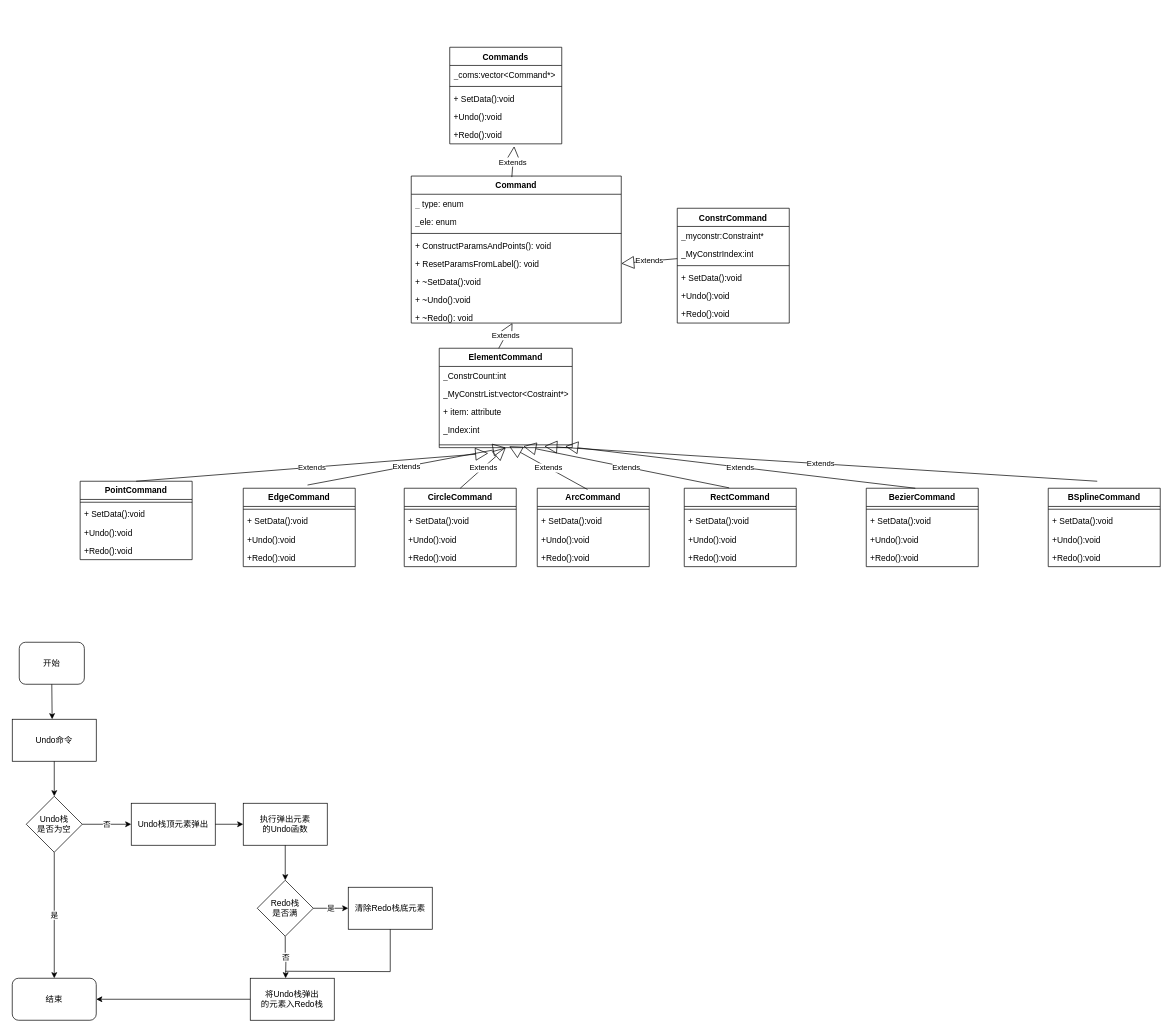
liuhuliuhu123/First-test keeps this draw.io diagram as 移动类图.drawio. Above is the earlier version. Source tidied: cells renumbered, new cells numbered last; positions are measured from the earlier drawing's top-left corner, leaving out a move shared by most shapes. Both pictures are drawn from the tidied source at 70%, with x=0, y=0 at pixel (12, 47).
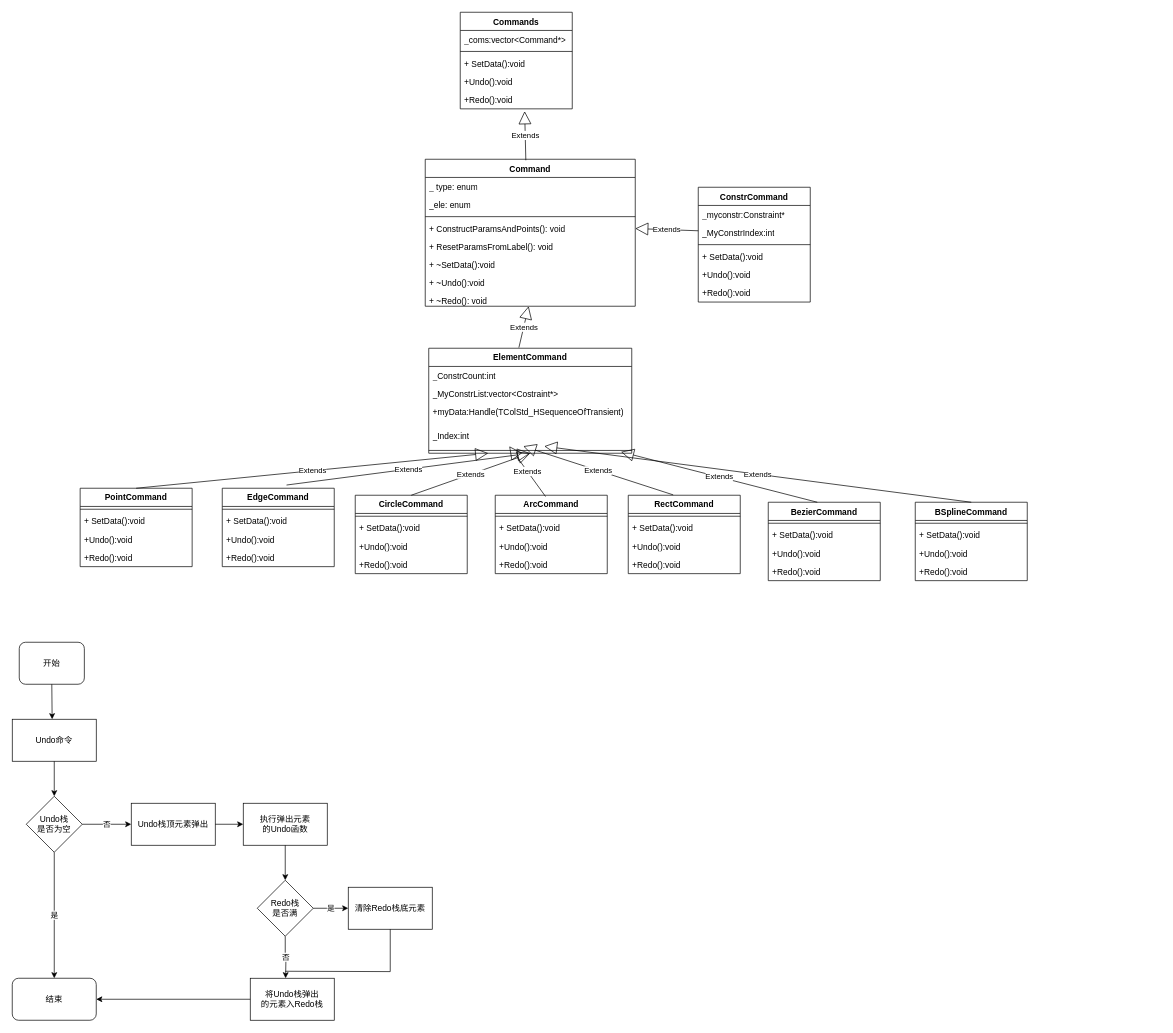
Above is the later version.

Commit message:
更新移动类图.drawio

The change refers to these unchanged cells:
```xml
<mxCell id="6" value="+ ConstructParamsAndPoints(): void" style="text;strokeColor=none;fillColor=none;align=left;verticalAlign=top;spacingLeft=4;spacingRight=4;overflow=hidden;points=[[0,0.5],[1,0.5]];portConstraint=eastwest;whiteSpace=wrap;html=1;" parent="2" vertex="1">
  <mxGeometry y="86" width="300" height="26" as="geometry" />
</mxCell>
<mxCell id="7" value="+ ResetParamsFromLabel(): void" style="text;strokeColor=none;fillColor=none;align=left;verticalAlign=top;spacingLeft=4;spacingRight=4;overflow=hidden;points=[[0,0.5],[1,0.5]];portConstraint=eastwest;whiteSpace=wrap;html=1;" parent="2" vertex="1">
  <mxGeometry y="112" width="300" height="26" as="geometry" />
</mxCell>
<mxCell id="10" value="+ ~Redo(): void" style="text;strokeColor=none;fillColor=none;align=left;verticalAlign=top;spacingLeft=4;spacingRight=4;overflow=hidden;points=[[0,0.5],[1,0.5]];portConstraint=eastwest;whiteSpace=wrap;html=1;" parent="2" vertex="1">
  <mxGeometry y="190" width="300" height="20" as="geometry" />
</mxCell>
<mxCell id="13" value="_MyConstrIndex:int" style="text;strokeColor=none;fillColor=none;align=left;verticalAlign=top;spacingLeft=4;spacingRight=4;overflow=hidden;points=[[0,0.5],[1,0.5]];portConstraint=eastwest;whiteSpace=wrap;html=1;" parent="11" vertex="1">
  <mxGeometry y="52" width="160" height="26" as="geometry" />
</mxCell>
```

The edit, as a diff of the source:
```diff
@@
     <mxCell id="2" value="Command" style="swimlane;fontStyle=1;align=center;verticalAlign=top;horizontal=1;startSize=26;whiteSpace=wrap;html=1;" parent="1" vertex="1">
-      <mxGeometry x="570" y="184" width="300" height="210" as="geometry" />
+      <mxGeometry x="590" y="160" width="300" height="210" as="geometry" />
     </mxCell>
@@
     <mxCell id="11" value="ConstrCommand" style="swimlane;fontStyle=1;align=center;verticalAlign=top;horizontal=1;startSize=26;whiteSpace=wrap;html=1;" parent="1" vertex="1">
-      <mxGeometry x="950" y="230" width="160" height="164" as="geometry" />
+      <mxGeometry x="980" y="200" width="160" height="164" as="geometry" />
     </mxCell>
@@
     <mxCell id="18" value="ElementCommand" style="swimlane;fontStyle=1;align=center;verticalAlign=top;horizontal=1;startSize=26;whiteSpace=wrap;html=1;" parent="1" vertex="1">
-      <mxGeometry x="610" y="430" width="190" height="142" as="geometry" />
+      <mxGeometry x="595" y="430" width="290" height="150" as="geometry" />
     </mxCell>
-    <mxCell id="19" value="Extends" style="endArrow=block;endSize=16;endFill=0;html=1;rounded=0;" parent="18" edge="1" target="10">
-      <mxGeometry relative="1" as="geometry">
-        <mxPoint x="85" as="sourcePoint" />
-      </mxGeometry>
-    </mxCell>
     <mxCell id="20" value="_ConstrCount:int" style="text;strokeColor=none;fillColor=none;align=left;verticalAlign=top;spacingLeft=4;spacingRight=4;overflow=hidden;whiteSpace=wrap;html=1;" parent="18" vertex="1">
-      <mxGeometry y="26" width="190" height="26" as="geometry" />
+      <mxGeometry y="26" width="290" height="26" as="geometry" />
     </mxCell>
     <mxCell id="21" value="_MyConstrList:vector&amp;lt;Costraint*&amp;gt;" style="text;strokeColor=none;fillColor=none;align=left;verticalAlign=top;spacingLeft=4;spacingRight=4;overflow=hidden;whiteSpace=wrap;html=1;" parent="18" vertex="1">
-      <mxGeometry y="52" width="190" height="26" as="geometry" />
+      <mxGeometry y="52" width="290" height="26" as="geometry" />
     </mxCell>
-    <mxCell id="22" value="+ item: attribute" style="text;strokeColor=none;fillColor=none;align=left;verticalAlign=top;spacingLeft=4;spacingRight=4;overflow=hidden;whiteSpace=wrap;html=1;" parent="18" vertex="1">
-      <mxGeometry y="78" width="190" height="26" as="geometry" />
+    <mxCell id="22" value="+myData:Handle(TColStd_HSequenceOfTransient)" style="text;strokeColor=none;fillColor=none;align=left;verticalAlign=top;spacingLeft=4;spacingRight=4;overflow=hidden;whiteSpace=wrap;html=1;" parent="18" vertex="1">
+      <mxGeometry y="78" width="290" height="34" as="geometry" />
     </mxCell>
     <mxCell id="23" value="_Index:int" style="text;strokeColor=none;fillColor=none;align=left;verticalAlign=top;spacingLeft=4;spacingRight=4;overflow=hidden;whiteSpace=wrap;html=1;" parent="18" vertex="1">
-      <mxGeometry y="104" width="190" height="30" as="geometry" />
+      <mxGeometry y="112" width="290" height="30" as="geometry" />
     </mxCell>
     <mxCell id="24" style="line;strokeWidth=1;fillColor=none;align=left;verticalAlign=middle;spacingTop=-1;spacingLeft=3;spacingRight=3;labelPosition=right;points=[];portConstraint=eastwest;strokeColor=inherit;" parent="18" vertex="1">
-      <mxGeometry y="134" width="190" height="8" as="geometry" />
+      <mxGeometry y="142" width="290" height="8" as="geometry" />
     </mxCell>
     <mxCell id="25" value="PointCommand" style="swimlane;fontStyle=1;align=center;verticalAlign=top;horizontal=1;startSize=26;whiteSpace=wrap;html=1;" parent="1" vertex="1">
-      <mxGeometry x="97" y="620" width="160" height="112" as="geometry" />
+      <mxGeometry x="97" y="630" width="160" height="112" as="geometry" />
     </mxCell>
@@
     <mxCell id="30" value="EdgeCommand" style="swimlane;fontStyle=1;align=center;verticalAlign=top;horizontal=1;startSize=26;whiteSpace=wrap;html=1;" parent="1" vertex="1">
-      <mxGeometry x="330" y="630" width="160" height="112" as="geometry" />
+      <mxGeometry x="300" y="630" width="160" height="112" as="geometry" />
     </mxCell>
@@
     <mxCell id="35" value="Commands" style="swimlane;fontStyle=1;align=center;verticalAlign=top;horizontal=1;startSize=26;whiteSpace=wrap;html=1;" parent="1" vertex="1">
-      <mxGeometry x="625" width="160" height="138" as="geometry" />
+      <mxGeometry x="640" y="-50" width="160" height="138" as="geometry" />
     </mxCell>
@@
     <mxCell id="41" value="CircleCommand" style="swimlane;fontStyle=1;align=center;verticalAlign=top;horizontal=1;startSize=26;whiteSpace=wrap;html=1;" parent="1" vertex="1">
-      <mxGeometry x="560" y="630" width="160" height="112" as="geometry" />
+      <mxGeometry x="490" y="640" width="160" height="112" as="geometry" />
     </mxCell>
@@
     <mxCell id="46" value="ArcCommand" style="swimlane;fontStyle=1;align=center;verticalAlign=top;horizontal=1;startSize=26;whiteSpace=wrap;html=1;" parent="1" vertex="1">
-      <mxGeometry x="750" y="630" width="160" height="112" as="geometry" />
+      <mxGeometry x="690" y="640" width="160" height="112" as="geometry" />
     </mxCell>
@@
     <mxCell id="51" value="RectCommand" style="swimlane;fontStyle=1;align=center;verticalAlign=top;horizontal=1;startSize=26;whiteSpace=wrap;html=1;" parent="1" vertex="1">
-      <mxGeometry x="960" y="630" width="160" height="112" as="geometry" />
+      <mxGeometry x="880" y="640" width="160" height="112" as="geometry" />
     </mxCell>
@@
     <mxCell id="56" value="BezierCommand" style="swimlane;fontStyle=1;align=center;verticalAlign=top;horizontal=1;startSize=26;whiteSpace=wrap;html=1;" parent="1" vertex="1">
-      <mxGeometry x="1220" y="630" width="160" height="112" as="geometry" />
+      <mxGeometry x="1080" y="650" width="160" height="112" as="geometry" />
     </mxCell>
@@
     <mxCell id="61" value="BSplineCommand" style="swimlane;fontStyle=1;align=center;verticalAlign=top;horizontal=1;startSize=26;whiteSpace=wrap;html=1;" parent="1" vertex="1">
-      <mxGeometry x="1480" y="630" width="160" height="112" as="geometry" />
+      <mxGeometry x="1290" y="650" width="160" height="112" as="geometry" />
     </mxCell>
@@
-    <mxCell id="67" value="Extends" style="endArrow=block;endSize=16;endFill=0;html=1;rounded=0;entryX=1;entryY=0.5;entryDx=0;entryDy=0;" parent="1" edge="1" source="13" target="7">
+    <mxCell id="67" value="Extends" style="endArrow=block;endSize=16;endFill=0;html=1;rounded=0;entryX=1;entryY=0.5;entryDx=0;entryDy=0;" parent="1" edge="1" source="13" target="6">
       <mxGeometry relative="1" as="geometry" />
     </mxCell>
@@
-    <mxCell id="72" value="Extends" style="endArrow=block;endSize=16;endFill=0;html=1;rounded=0;" parent="1" edge="1">
+    <mxCell id="72" value="Extends" style="endArrow=block;endSize=16;endFill=0;html=1;rounded=0;exitX=0.5;exitY=0;exitDx=0;exitDy=0;" parent="1" edge="1" source="61">
       <mxGeometry relative="1" as="geometry">
-        <mxPoint x="1550" y="620" as="sourcePoint" />
         <mxPoint x="760" y="570" as="targetPoint" />
       </mxGeometry>
     </mxCell>
@@
+    <mxCell id="19" value="Extends" style="endArrow=block;endSize=16;endFill=0;html=1;rounded=0;exitX=0.444;exitY=-0.006;exitDx=0;exitDy=0;exitPerimeter=0;" parent="1" edge="1" source="18" target="10">
+      <mxGeometry relative="1" as="geometry" />
+    </mxCell>
```
